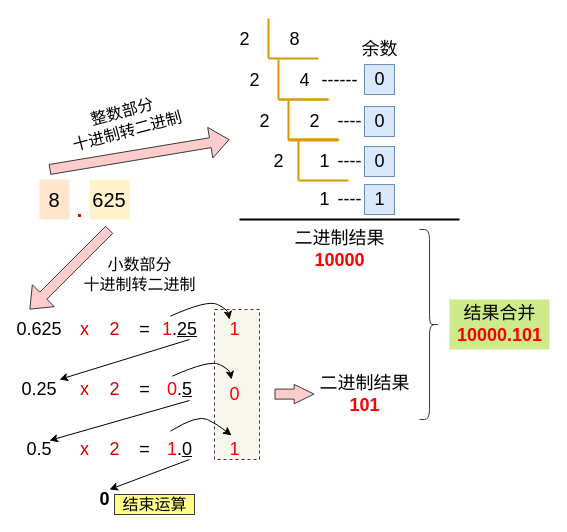
The draw.io diagram 操作系统/浮点/十进制小数转二进制.drawio in xiaolincoder/ImageHost3, before the edit. Source tidied: cells renumbered, new cells numbered last; positions are measured from the earlier drawing's top-left corner, leaving out a move shared by most shapes. Both pictures are drawn from the tidied source at 100%, with x=0, y=0 at pixel (19, 18).
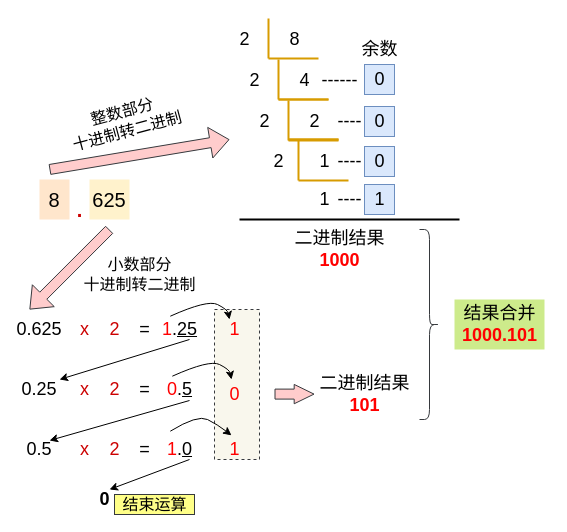
Above is the later version.

Commit message:
更新十进制小数转二进制.drawio

Diff of the diagram source:
```diff
@@
-    <mxCell id="34" value="二进制结果&lt;br style=&quot;font-size: 18px;&quot;&gt;&lt;font color=&quot;#ff0000&quot; style=&quot;font-size: 18px;&quot;&gt;&lt;b style=&quot;font-size: 18px;&quot;&gt;10000&lt;/b&gt;&lt;/font&gt;" style="text;html=1;align=center;verticalAlign=middle;fontSize=18;" parent="1" vertex="1">
+    <mxCell id="34" value="二进制结果&lt;br style=&quot;font-size: 18px&quot;&gt;&lt;font color=&quot;#ff0000&quot; style=&quot;font-size: 18px&quot;&gt;&lt;b style=&quot;font-size: 18px&quot;&gt;1000&lt;/b&gt;&lt;/font&gt;" style="text;html=1;align=center;verticalAlign=middle;fontSize=18;" parent="1" vertex="1">
       <mxGeometry x="265" y="206" width="110" height="50" as="geometry" />
     </mxCell>
@@
-    <mxCell id="70" value="结果合并&lt;br style=&quot;font-size: 18px;&quot;&gt;&lt;font color=&quot;#ff0000&quot; style=&quot;font-size: 18px;&quot;&gt;&lt;b style=&quot;font-size: 18px;&quot;&gt;10000.101&lt;/b&gt;&lt;/font&gt;" style="text;html=1;align=center;verticalAlign=middle;fontSize=18;fillColor=#cdeb8b;" parent="1" vertex="1">
-      <mxGeometry x="430" y="281" width="100" height="50" as="geometry" />
+    <mxCell id="70" value="结果合并&lt;br style=&quot;font-size: 18px&quot;&gt;&lt;font color=&quot;#ff0000&quot; style=&quot;font-size: 18px&quot;&gt;&lt;b style=&quot;font-size: 18px&quot;&gt;1000.101&lt;/b&gt;&lt;/font&gt;" style="text;html=1;align=center;verticalAlign=middle;fontSize=18;fillColor=#cdeb8b;" parent="1" vertex="1">
+      <mxGeometry x="435" y="281" width="90" height="50" as="geometry" />
     </mxCell>
```
